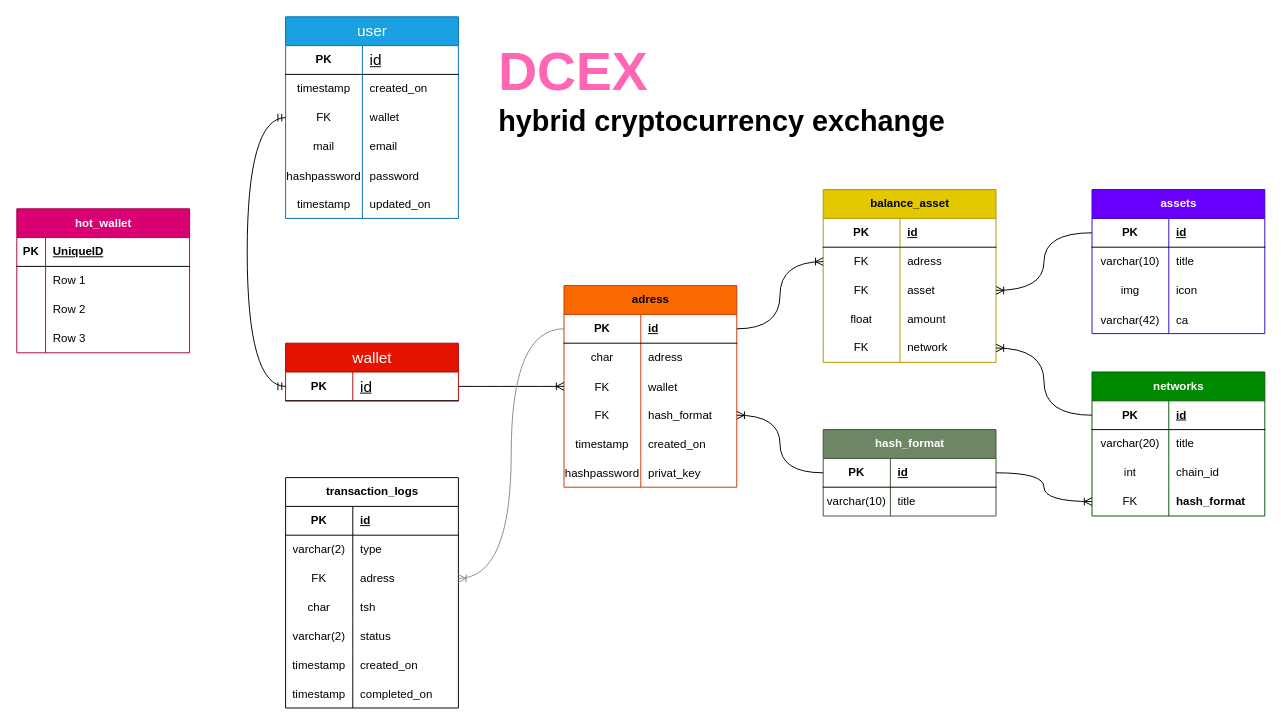
Before: dCEX_ER.drawio in on3ginnn/DCEX, a draw.io diagram. Source tidied: cells renumbered, new cells numbered last; positions are measured from the earlier drawing's top-left corner, leaving out a move shared by most shapes. Both pictures are drawn from the tidied source at 96%, with x=0, y=0 at pixel (16, 16).
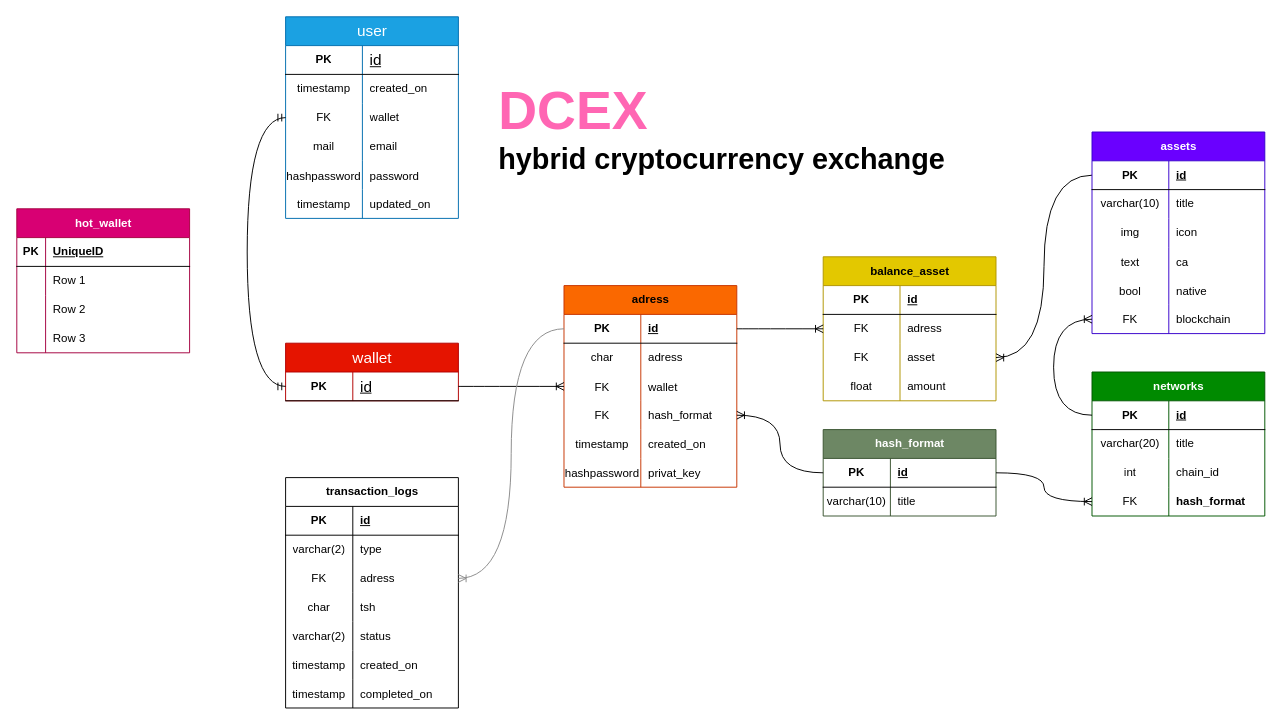
The same page after the edit.

Unchanged cells that the change refers to:
```xml
<mxCell id="48" style="shape=tableRow;horizontal=0;startSize=0;swimlaneHead=0;swimlaneBody=0;fillColor=none;top=0;left=0;right=0;bottom=0;" parent="38" vertex="1">
  <mxGeometry y="120" width="180" height="30" as="geometry" />
</mxCell>
<mxCell id="79" style="shape=tableRow;horizontal=0;startSize=0;swimlaneHead=0;swimlaneBody=0;fillColor=none;points=[[0,0.5],[1,0.5]];portConstraint=eastwest;top=0;left=0;right=0;bottom=1;" parent="78" vertex="1">
  <mxGeometry y="30" width="180" height="30" as="geometry" />
</mxCell>
```

The edit, as a diff of the source:
```diff
@@
     <mxCell id="21" value="balance_asset" style="shape=table;startSize=30;childLayout=tableLayout;rowLines=0;fontStyle=1;align=center;html=1;fillColor=#e3c800;fontColor=#000000;strokeColor=#B09500;" parent="1" vertex="1">
-      <mxGeometry x="840" y="180" width="180" height="180" as="geometry" />
+      <mxGeometry x="840" y="250" width="180" height="150" as="geometry" />
     </mxCell>
@@
-    <mxCell id="34" style="shape=tableRow;horizontal=0;startSize=0;swimlaneHead=0;swimlaneBody=0;fillColor=none;points=[[0,0.5],[1,0.5]];portConstraint=eastwest;top=0;left=0;right=0;bottom=0;" parent="21" vertex="1">
-      <mxGeometry y="150" width="180" height="30" as="geometry" />
-    </mxCell>
-    <mxCell id="35" value="FK" style="shape=partialRectangle;fillColor=none;top=0;left=0;bottom=0;right=0;fontStyle=0;overflow=hidden;whiteSpace=wrap;html=1;" parent="34" vertex="1">
-      <mxGeometry width="80" height="30" as="geometry" />
-    </mxCell>
-    <mxCell id="36" value="network" style="shape=partialRectangle;fillColor=none;top=0;left=0;bottom=0;right=0;align=left;spacingLeft=6;fontStyle=0;overflow=hidden;whiteSpace=wrap;html=1;" parent="34" vertex="1">
-      <mxGeometry x="80" width="100" height="30" as="geometry" />
-    </mxCell>
@@
     <mxCell id="38" value="assets" style="shape=table;startSize=30;childLayout=tableLayout;rowLines=0;fontStyle=1;align=center;html=1;fillColor=#6a00ff;fontColor=#ffffff;strokeColor=#3700CC;" parent="1" vertex="1">
-      <mxGeometry x="1120" y="180" width="180" height="150" as="geometry" />
+      <mxGeometry x="1120" y="120" width="180" height="210" as="geometry" />
     </mxCell>
@@
-    <mxCell id="49" value="varchar(42)" style="shape=partialRectangle;fillColor=none;top=0;left=0;bottom=0;right=0;overflow=hidden;" parent="48" vertex="1">
+    <mxCell id="49" value="text" style="shape=partialRectangle;fillColor=none;top=0;left=0;bottom=0;right=0;overflow=hidden;" parent="48" vertex="1">
       <mxGeometry width="80" height="30" as="geometry" />
     </mxCell>
@@
+    <mxCell id="34" style="shape=tableRow;horizontal=0;startSize=0;swimlaneHead=0;swimlaneBody=0;fillColor=none;points=[[0,0.5],[1,0.5]];portConstraint=eastwest;top=0;left=0;right=0;bottom=0;" parent="38" vertex="1">
+      <mxGeometry y="150" width="180" height="30" as="geometry" />
+    </mxCell>
+    <mxCell id="137" value="bool" style="shape=partialRectangle;fillColor=none;top=0;left=0;bottom=0;right=0;overflow=hidden;" parent="34" vertex="1">
+      <mxGeometry width="80" height="30" as="geometry" />
+    </mxCell>
+    <mxCell id="138" value="native" style="shape=partialRectangle;fillColor=none;top=0;left=0;bottom=0;right=0;align=left;spacingLeft=6;overflow=hidden;" parent="34" vertex="1">
+      <mxGeometry x="80" width="100" height="30" as="geometry" />
+    </mxCell>
+    <mxCell id="139" style="shape=tableRow;horizontal=0;startSize=0;swimlaneHead=0;swimlaneBody=0;fillColor=none;points=[[0,0.5],[1,0.5]];portConstraint=eastwest;top=0;left=0;right=0;bottom=0;" parent="38" vertex="1">
+      <mxGeometry y="180" width="180" height="30" as="geometry" />
+    </mxCell>
+    <mxCell id="35" value="FK" style="shape=partialRectangle;fillColor=none;top=0;left=0;bottom=0;right=0;fontStyle=0;overflow=hidden;whiteSpace=wrap;html=1;" parent="139" vertex="1">
+      <mxGeometry width="80" height="30" as="geometry" />
+    </mxCell>
+    <mxCell id="140" value="blockchain" style="shape=partialRectangle;fillColor=none;top=0;left=0;bottom=0;right=0;align=left;spacingLeft=6;fontStyle=0;overflow=hidden;whiteSpace=wrap;html=1;" parent="139" vertex="1">
+      <mxGeometry x="80" width="100" height="30" as="geometry" />
+    </mxCell>
@@
     <mxCell id="56" value="&lt;font style=&quot;font-size: 56px;&quot;&gt;DCEX&amp;nbsp;&lt;/font&gt;&lt;div&gt;&lt;font color=&quot;#000000&quot;&gt;hybrid cryptocurrency exchange&lt;/font&gt;&lt;/div&gt;" style="text;html=1;align=left;verticalAlign=middle;whiteSpace=wrap;rounded=0;fontSize=30;fontStyle=1;fontColor=#FF66B3;" parent="1" vertex="1">
-      <mxGeometry x="500" y="20" width="610" height="110" as="geometry" />
+      <mxGeometry x="500" y="60" width="610" height="110" as="geometry" />
     </mxCell>
@@
-    <mxCell id="98" style="edgeStyle=orthogonalEdgeStyle;fontSize=12;html=1;endArrow=ERoneToMany;rounded=0;entryX=1;entryY=0.5;entryDx=0;entryDy=0;exitX=0;exitY=0.5;exitDx=0;exitDy=0;curved=1;" parent="1" edge="1" source="79" target="34">
-      <mxGeometry relative="1" as="geometry" />
-    </mxCell>
@@
+    <mxCell id="141" style="edgeStyle=orthogonalEdgeStyle;fontSize=12;html=1;endArrow=ERoneToMany;rounded=0;entryX=0;entryY=0.5;entryDx=0;entryDy=0;exitX=0;exitY=0.5;exitDx=0;exitDy=0;curved=1;" parent="1" edge="1" source="79" target="139">
+      <mxGeometry relative="1" as="geometry">
+        <Array as="points">
+          <mxPoint x="1080" y="415" />
+          <mxPoint x="1080" y="315" />
+        </Array>
+      </mxGeometry>
+    </mxCell>
```
